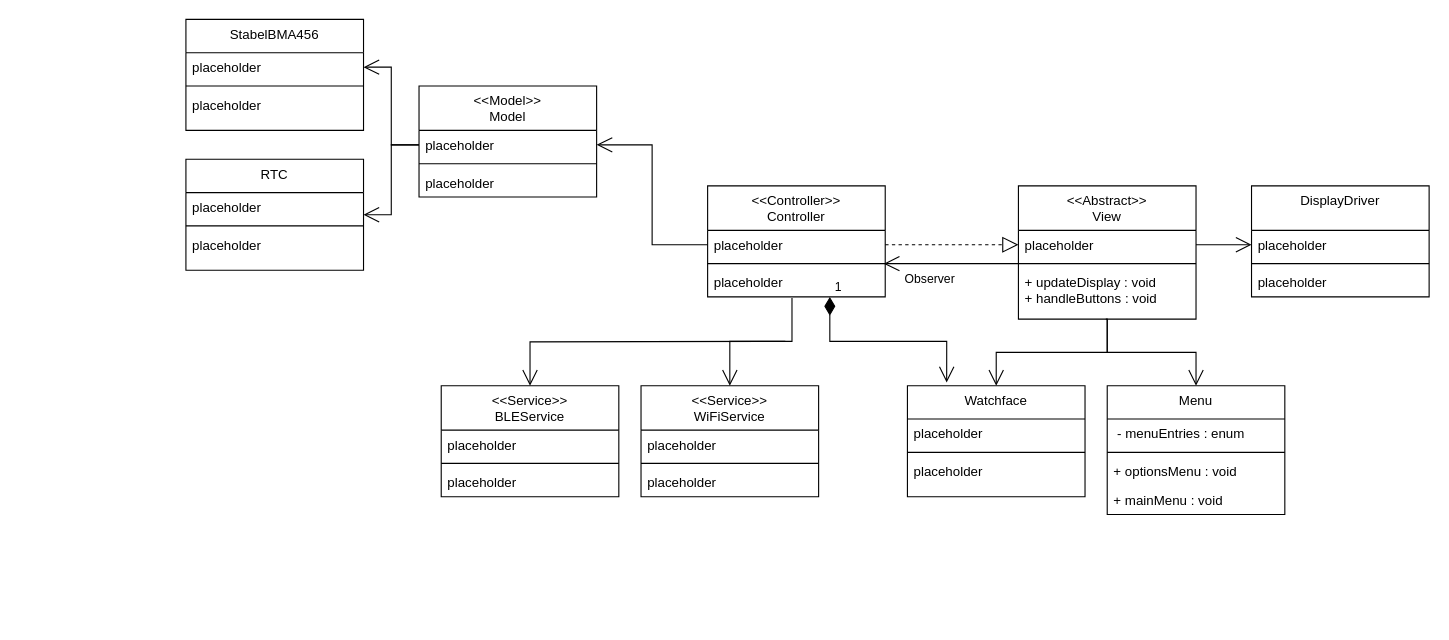
The draw.io diagram docs/watchyLT.drawio in Firegate1075/WatchyLT, before the edit. Source tidied: cells renumbered, new cells numbered last; positions are measured from the earlier drawing's top-left corner, leaving out a move shared by most shapes. Both pictures are drawn from the tidied source at 111%, with x=0, y=0 at pixel (185, 19).
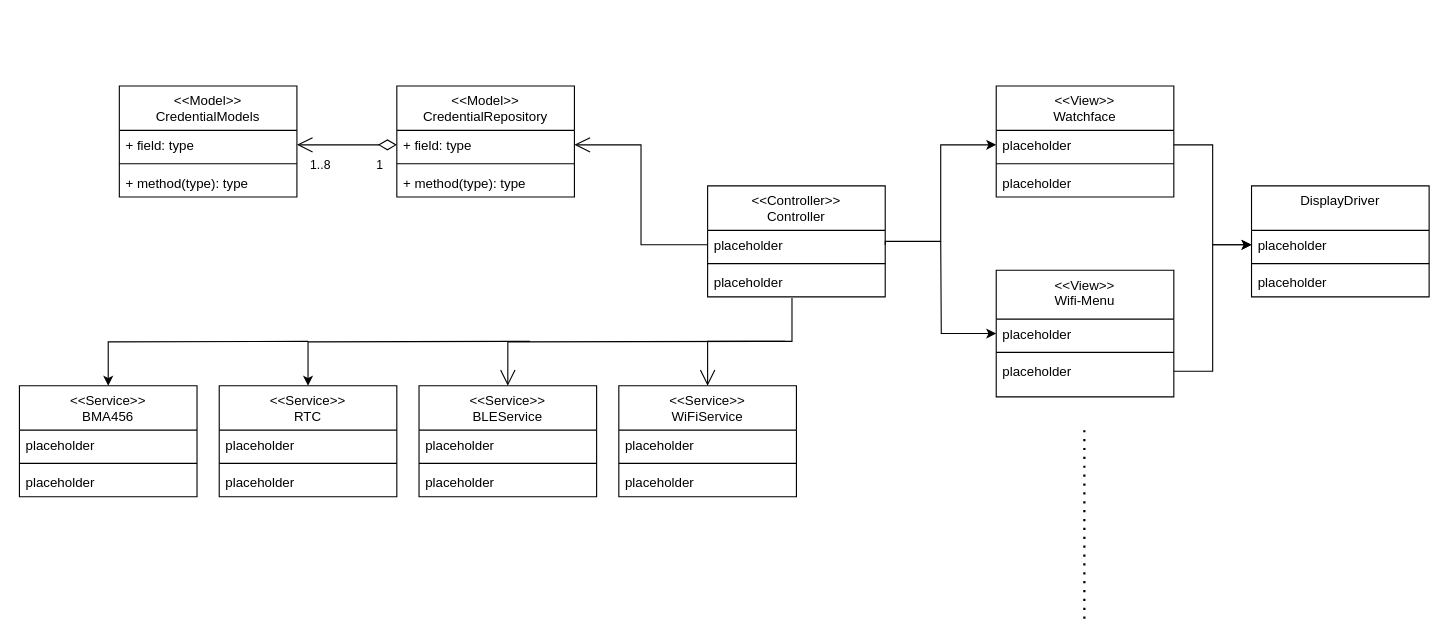
After the change.

The change refers to these unchanged cells:
```xml
<mxCell id="3" value="placeholder" style="text;align=left;verticalAlign=top;spacingLeft=4;spacingRight=4;overflow=hidden;points=[[0,0.5],[1,0.5]];portConstraint=eastwest;rounded=0;shadow=0;html=0;" parent="2" vertex="1">
  <mxGeometry y="40" width="160" height="26" as="geometry" />
</mxCell>
<mxCell id="4" style="line;html=1;strokeWidth=1;align=left;verticalAlign=middle;spacingTop=-1;spacingLeft=3;spacingRight=3;labelPosition=right;points=[];portConstraint=eastwest;" parent="2" vertex="1">
  <mxGeometry y="66" width="160" height="8" as="geometry" />
</mxCell>
<mxCell id="5" value="placeholder" style="text;align=left;verticalAlign=top;spacingLeft=4;spacingRight=4;overflow=hidden;points=[[0,0.5],[1,0.5]];portConstraint=eastwest;" parent="2" vertex="1">
  <mxGeometry y="74" width="160" height="26" as="geometry" />
</mxCell>
<mxCell id="16" value="placeholder" style="text;align=left;verticalAlign=top;spacingLeft=4;spacingRight=4;overflow=hidden;points=[[0,0.5],[1,0.5]];portConstraint=eastwest;rounded=0;shadow=0;html=0;" parent="15" vertex="1">
  <mxGeometry y="40" width="160" height="26" as="geometry" />
</mxCell>
```

Diff of the diagram source:
```diff
@@
-    <mxCell id="6" value="&lt;&lt;Abstract&gt;&gt;&#10;View" style="swimlane;fontStyle=0;align=center;verticalAlign=top;horizontal=1;startSize=40;rounded=0;shadow=0;strokeWidth=1;" parent="1" vertex="1">
-      <mxGeometry x="750" y="150" width="160" height="120" as="geometry" />
-    </mxCell>
-    <mxCell id="7" value="placeholder" style="text;align=left;verticalAlign=top;spacingLeft=4;spacingRight=4;overflow=hidden;points=[[0,0.5],[1,0.5]];portConstraint=eastwest;rounded=0;shadow=0;html=0;" parent="6" vertex="1">
-      <mxGeometry y="40" width="160" height="26" as="geometry" />
-    </mxCell>
-    <mxCell id="8" style="line;html=1;strokeWidth=1;align=left;verticalAlign=middle;spacingTop=-1;spacingLeft=3;spacingRight=3;labelPosition=right;points=[];portConstraint=eastwest;" parent="6" vertex="1">
-      <mxGeometry y="66" width="160" height="8" as="geometry" />
-    </mxCell>
-    <mxCell id="9" value="+ updateDisplay : void&#10;+ handleButtons : void" style="text;align=left;verticalAlign=top;spacingLeft=4;spacingRight=4;overflow=hidden;points=[[0,0.5],[1,0.5]];portConstraint=eastwest;" parent="6" vertex="1">
-      <mxGeometry y="74" width="160" height="46" as="geometry" />
-    </mxCell>
-    <mxCell id="10" value="Menu" style="swimlane;fontStyle=0;align=center;verticalAlign=top;horizontal=1;startSize=30;rounded=0;shadow=0;strokeWidth=1;" parent="1" vertex="1">
-      <mxGeometry x="830" y="330" width="160" height="116" as="geometry" />
+    <mxCell id="10" value="&lt;&lt;View&gt;&gt;&#10;Wifi-Menu" style="swimlane;fontStyle=0;align=center;verticalAlign=top;horizontal=1;startSize=44;rounded=0;shadow=0;strokeWidth=1;" parent="1" vertex="1">
+      <mxGeometry x="730" y="226" width="160" height="114" as="geometry" />
     </mxCell>
-    <mxCell id="11" value=" - menuEntries : enum" style="text;align=left;verticalAlign=top;spacingLeft=4;spacingRight=4;overflow=hidden;points=[[0,0.5],[1,0.5]];portConstraint=eastwest;rounded=0;shadow=0;html=0;" parent="10" vertex="1">
-      <mxGeometry y="30" width="160" height="26" as="geometry" />
+    <mxCell id="11" value="placeholder" style="text;align=left;verticalAlign=top;spacingLeft=4;spacingRight=4;overflow=hidden;points=[[0,0.5],[1,0.5]];portConstraint=eastwest;rounded=0;shadow=0;html=0;" parent="10" vertex="1">
+      <mxGeometry y="44" width="160" height="26" as="geometry" />
     </mxCell>
     <mxCell id="12" style="line;html=1;strokeWidth=1;align=left;verticalAlign=middle;spacingTop=-1;spacingLeft=3;spacingRight=3;labelPosition=right;" parent="10" vertex="1">
-      <mxGeometry y="56" width="160" height="8" as="geometry" />
+      <mxGeometry y="70" width="160" height="8" as="geometry" />
     </mxCell>
-    <mxCell id="13" value="+ optionsMenu : void&#10;" style="text;align=left;verticalAlign=top;spacingLeft=4;spacingRight=4;overflow=hidden;points=[[0,0.5],[1,0.5]];portConstraint=eastwest;" parent="10" vertex="1">
-      <mxGeometry y="64" width="160" height="26" as="geometry" />
+    <mxCell id="13" value="placeholder" style="text;align=left;verticalAlign=top;spacingLeft=4;spacingRight=4;overflow=hidden;points=[[0,0.5],[1,0.5]];portConstraint=eastwest;" parent="10" vertex="1">
+      <mxGeometry y="78" width="160" height="26" as="geometry" />
     </mxCell>
-    <mxCell id="14" value="+ mainMenu : void&#10;" style="text;align=left;verticalAlign=top;spacingLeft=4;spacingRight=4;overflow=hidden;" parent="10" vertex="1">
-      <mxGeometry y="90" width="160" height="26" as="geometry" />
-    </mxCell>
@@
-    <mxCell id="19" value="Watchface" style="swimlane;fontStyle=0;align=center;verticalAlign=top;horizontal=1;startSize=30;rounded=0;shadow=0;strokeWidth=1;" parent="1" vertex="1">
-      <mxGeometry x="650" y="330" width="160" height="100" as="geometry" />
+    <mxCell id="19" value="&lt;&lt;View&gt;&gt;&#10;Watchface" style="swimlane;fontStyle=0;align=center;verticalAlign=top;horizontal=1;startSize=40;rounded=0;shadow=0;strokeWidth=1;" parent="1" vertex="1">
+      <mxGeometry x="730" y="60" width="160" height="100" as="geometry" />
     </mxCell>
     <mxCell id="20" value="placeholder" style="text;align=left;verticalAlign=top;spacingLeft=4;spacingRight=4;overflow=hidden;points=[[0,0.5],[1,0.5]];portConstraint=eastwest;rounded=0;shadow=0;html=0;" parent="19" vertex="1">
-      <mxGeometry y="30" width="160" height="26" as="geometry" />
+      <mxGeometry y="40" width="160" height="26" as="geometry" />
     </mxCell>
     <mxCell id="21" style="line;html=1;strokeWidth=1;align=left;verticalAlign=middle;spacingTop=-1;spacingLeft=3;spacingRight=3;labelPosition=right;" parent="19" vertex="1">
-      <mxGeometry y="56" width="160" height="8" as="geometry" />
+      <mxGeometry y="66" width="160" height="8" as="geometry" />
     </mxCell>
     <mxCell id="22" value="placeholder" style="text;align=left;verticalAlign=top;spacingLeft=4;spacingRight=4;overflow=hidden;" parent="19" vertex="1">
-      <mxGeometry y="64" width="160" height="26" as="geometry" />
+      <mxGeometry y="74" width="160" height="26" as="geometry" />
     </mxCell>
-    <mxCell id="23" style="endArrow=block;dashed=1;endFill=0;endSize=12;html=1;rounded=0;exitX=1;exitY=0.5;exitDx=0;exitDy=0;entryX=0;entryY=0.5;entryDx=0;entryDy=0;" parent="1" edge="1" source="3" target="7">
-      <mxGeometry relative="1" as="geometry" />
-    </mxCell>
     <mxCell id="24" value="&lt;&lt;Service&gt;&gt;&#10;BLEService" style="swimlane;fontStyle=0;align=center;verticalAlign=top;horizontal=1;startSize=40;rounded=0;shadow=0;strokeWidth=1;" parent="1" vertex="1">
-      <mxGeometry x="230" y="330" width="160" height="100" as="geometry" />
+      <mxGeometry x="210" y="330" width="160" height="100" as="geometry" />
     </mxCell>
@@
     <mxCell id="28" value="&lt;&lt;Service&gt;&gt;&#10;WiFiService" style="swimlane;fontStyle=0;align=center;verticalAlign=top;horizontal=1;startSize=40;rounded=0;shadow=0;strokeWidth=1;" parent="1" vertex="1">
-      <mxGeometry x="410" y="330" width="160" height="100" as="geometry" />
+      <mxGeometry x="390" y="330" width="160" height="100" as="geometry" />
     </mxCell>
@@
-    <mxCell id="34" style="endArrow=open;endFill=1;endSize=12;html=1;rounded=0;strokeColor=default;edgeStyle=orthogonalEdgeStyle;entryX=0;entryY=0.5;entryDx=0;entryDy=0;exitX=1;exitY=0.5;exitDx=0;exitDy=0;" parent="1" edge="1" source="7" target="16">
-      <mxGeometry relative="1" as="geometry" />
-    </mxCell>
-    <mxCell id="35" value="&lt;&lt;Model&gt;&gt;&#10;Model&#10;" style="swimlane;fontStyle=0;align=center;verticalAlign=top;horizontal=1;startSize=40;rounded=0;shadow=0;strokeWidth=1;" parent="1" vertex="1">
-      <mxGeometry x="210" y="60" width="160" height="100" as="geometry" />
-    </mxCell>
-    <mxCell id="36" value="placeholder" style="text;align=left;verticalAlign=top;spacingLeft=4;spacingRight=4;overflow=hidden;points=[[0,0.5],[1,0.5]];portConstraint=eastwest;rounded=0;shadow=0;html=0;" parent="35" vertex="1">
-      <mxGeometry y="40" width="160" height="26" as="geometry" />
-    </mxCell>
-    <mxCell id="37" style="line;html=1;strokeWidth=1;align=left;verticalAlign=middle;spacingTop=-1;spacingLeft=3;spacingRight=3;labelPosition=right;" parent="35" vertex="1">
-      <mxGeometry y="66" width="160" height="8" as="geometry" />
-    </mxCell>
-    <mxCell id="38" value="placeholder" style="text;align=left;verticalAlign=top;spacingLeft=4;spacingRight=4;overflow=hidden;" parent="35" vertex="1">
-      <mxGeometry y="74" width="160" height="26" as="geometry" />
-    </mxCell>
-    <mxCell id="39" style="endArrow=open;endFill=1;endSize=12;html=1;rounded=0;edgeStyle=orthogonalEdgeStyle;exitX=0;exitY=0.5;exitDx=0;exitDy=0;entryX=1;entryY=0.5;entryDx=0;entryDy=0;" parent="1" edge="1" source="3" target="36">
+    <mxCell id="39" style="endArrow=open;endFill=1;endSize=12;html=1;rounded=0;edgeStyle=orthogonalEdgeStyle;exitX=0;exitY=0.5;exitDx=0;exitDy=0;entryX=1;entryY=0.5;entryDx=0;entryDy=0;" parent="1" edge="1" source="3" target="62">
       <mxGeometry relative="1" as="geometry" />
     </mxCell>
-    <mxCell id="40" value="StabelBMA456&#10;" style="swimlane;fontStyle=0;align=center;verticalAlign=top;horizontal=1;startSize=30;rounded=0;shadow=0;strokeWidth=1;" parent="1" vertex="1">
-      <mxGeometry width="160" height="100" as="geometry" />
+    <mxCell id="40" value="&lt;&lt;Service&gt;&gt;&#10;BMA456" style="swimlane;fontStyle=0;align=center;verticalAlign=top;horizontal=1;startSize=40;rounded=0;shadow=0;strokeWidth=1;" parent="1" vertex="1">
+      <mxGeometry x="-150" y="330" width="160" height="100" as="geometry" />
     </mxCell>
     <mxCell id="41" value="placeholder" style="text;align=left;verticalAlign=top;spacingLeft=4;spacingRight=4;overflow=hidden;points=[[0,0.5],[1,0.5]];portConstraint=eastwest;rounded=0;shadow=0;html=0;" parent="40" vertex="1">
-      <mxGeometry y="30" width="160" height="26" as="geometry" />
+      <mxGeometry y="40" width="160" height="26" as="geometry" />
     </mxCell>
     <mxCell id="42" style="line;html=1;strokeWidth=1;align=left;verticalAlign=middle;spacingTop=-1;spacingLeft=3;spacingRight=3;labelPosition=right;" parent="40" vertex="1">
-      <mxGeometry y="56" width="160" height="8" as="geometry" />
+      <mxGeometry y="66" width="160" height="8" as="geometry" />
     </mxCell>
     <mxCell id="43" value="placeholder" style="text;align=left;verticalAlign=top;spacingLeft=4;spacingRight=4;overflow=hidden;" parent="40" vertex="1">
-      <mxGeometry y="64" width="160" height="26" as="geometry" />
+      <mxGeometry y="74" width="160" height="26" as="geometry" />
     </mxCell>
-    <mxCell id="44" value="RTC&#10;" style="swimlane;fontStyle=0;align=center;verticalAlign=top;horizontal=1;startSize=30;rounded=0;shadow=0;strokeWidth=1;" parent="1" vertex="1">
-      <mxGeometry y="126" width="160" height="100" as="geometry" />
+    <mxCell id="44" value="&lt;&lt;Service&gt;&gt;&#10;RTC" style="swimlane;fontStyle=0;align=center;verticalAlign=top;horizontal=1;startSize=40;rounded=0;shadow=0;strokeWidth=1;" parent="1" vertex="1">
+      <mxGeometry x="30" y="330" width="160" height="100" as="geometry" />
     </mxCell>
     <mxCell id="45" value="placeholder" style="text;align=left;verticalAlign=top;spacingLeft=4;spacingRight=4;overflow=hidden;rounded=0;shadow=0;html=0;" parent="44" vertex="1">
-      <mxGeometry y="30" width="160" height="26" as="geometry" />
+      <mxGeometry y="40" width="160" height="26" as="geometry" />
     </mxCell>
     <mxCell id="46" style="line;html=1;strokeWidth=1;align=left;verticalAlign=middle;spacingTop=-1;spacingLeft=3;spacingRight=3;labelPosition=right;" parent="44" vertex="1">
-      <mxGeometry y="56" width="160" height="8" as="geometry" />
+      <mxGeometry y="66" width="160" height="8" as="geometry" />
     </mxCell>
     <mxCell id="47" value="placeholder" style="text;align=left;verticalAlign=top;spacingLeft=4;spacingRight=4;overflow=hidden;" parent="44" vertex="1">
-      <mxGeometry y="64" width="160" height="26" as="geometry" />
+      <mxGeometry y="74" width="160" height="20" as="geometry" />
     </mxCell>
-    <mxCell id="48" style="endArrow=open;endFill=1;endSize=12;html=1;rounded=0;strokeColor=default;edgeStyle=orthogonalEdgeStyle;exitX=0;exitY=0.5;exitDx=0;exitDy=0;entryX=1;entryY=0.5;entryDx=0;entryDy=0;" parent="1" edge="1" source="36" target="41">
-      <mxGeometry relative="1" as="geometry" />
-    </mxCell>
-    <mxCell id="49" style="endArrow=open;endFill=1;endSize=12;html=1;rounded=0;strokeColor=default;edgeStyle=orthogonalEdgeStyle;exitX=0;exitY=0.5;exitDx=0;exitDy=0;entryX=1;entryY=0.5;entryDx=0;entryDy=0;" parent="1" edge="1" source="36" target="44">
-      <mxGeometry relative="1" as="geometry" />
-    </mxCell>
-    <mxCell id="50" style="endArrow=open;endFill=1;endSize=12;html=1;entryX=0.992;entryY=0.501;entryDx=0;entryDy=0;entryPerimeter=0;exitX=0;exitY=0.5;exitDx=0;exitDy=0;exitPerimeter=0;" parent="1" edge="1" source="8" target="4">
-      <mxGeometry relative="1" as="geometry" />
-    </mxCell>
-    <mxCell id="51" value="Observer" style="edgeLabel;html=1;align=center;verticalAlign=middle;" parent="50" vertex="1">
-      <mxGeometry x="0.33" y="1" relative="1" as="geometry">
-        <mxPoint y="12" as="offset" />
-      </mxGeometry>
-    </mxCell>
+    <mxCell id="55" style="edgeStyle=orthogonalEdgeStyle;html=1;exitX=1;exitY=0.5;exitDx=0;exitDy=0;rounded=0;entryX=0;entryY=0.5;entryDx=0;entryDy=0;" parent="1" edge="1" source="3" target="20">
+      <mxGeometry relative="1" as="geometry">
+        <Array as="points">
+          <mxPoint x="630" y="200" />
+          <mxPoint x="680" y="200" />
+          <mxPoint x="680" y="113" />
+        </Array>
+      </mxGeometry>
+    </mxCell>
+    <mxCell id="56" style="endArrow=classic;html=1;rounded=0;edgeStyle=orthogonalEdgeStyle;entryX=0;entryY=0.5;entryDx=0;entryDy=0;" parent="1" edge="1" target="11">
+      <mxGeometry relative="1" as="geometry">
+        <mxPoint x="680" y="200" as="sourcePoint" />
+      </mxGeometry>
+    </mxCell>
+    <mxCell id="57" style="edgeStyle=orthogonalEdgeStyle;rounded=0;html=1;exitX=1;exitY=0.5;exitDx=0;exitDy=0;" parent="1" edge="1" source="20" target="16">
+      <mxGeometry relative="1" as="geometry" />
+    </mxCell>
+    <mxCell id="58" style="edgeStyle=orthogonalEdgeStyle;rounded=0;html=1;exitX=1;exitY=0.5;exitDx=0;exitDy=0;entryX=0;entryY=0.5;entryDx=0;entryDy=0;" parent="1" edge="1" source="13" target="16">
+      <mxGeometry relative="1" as="geometry" />
+    </mxCell>
+    <mxCell id="59" style="endArrow=classic;html=1;rounded=0;entryX=0.5;entryY=0;entryDx=0;entryDy=0;edgeStyle=orthogonalEdgeStyle;" parent="1" edge="1" target="44">
+      <mxGeometry relative="1" as="geometry">
+        <mxPoint x="310" y="290" as="sourcePoint" />
+      </mxGeometry>
+    </mxCell>
+    <mxCell id="60" style="endArrow=classic;html=1;rounded=0;entryX=0.5;entryY=0;entryDx=0;entryDy=0;edgeStyle=orthogonalEdgeStyle;" parent="1" edge="1" target="40">
+      <mxGeometry relative="1" as="geometry">
+        <mxPoint x="110" y="290" as="sourcePoint" />
+      </mxGeometry>
+    </mxCell>
+    <mxCell id="61" value="&lt;&lt;Model&gt;&gt;&#10;CredentialRepository" style="swimlane;fontStyle=0;align=center;verticalAlign=top;horizontal=1;startSize=40;" parent="1" vertex="1">
+      <mxGeometry x="190" y="60" width="160" height="100" as="geometry" />
+    </mxCell>
+    <mxCell id="62" value="+ field: type" style="text;strokeColor=none;fillColor=none;align=left;verticalAlign=top;spacingLeft=4;spacingRight=4;overflow=hidden;points=[[0,0.5],[1,0.5]];portConstraint=eastwest;" parent="61" vertex="1">
+      <mxGeometry y="40" width="160" height="26" as="geometry" />
+    </mxCell>
+    <mxCell id="63" style="line;strokeWidth=1;fillColor=none;align=left;verticalAlign=middle;spacingTop=-1;spacingLeft=3;spacingRight=3;labelPosition=right;strokeColor=inherit;" parent="61" vertex="1">
+      <mxGeometry y="66" width="160" height="8" as="geometry" />
+    </mxCell>
+    <mxCell id="64" value="+ method(type): type" style="text;strokeColor=none;fillColor=none;align=left;verticalAlign=top;spacingLeft=4;spacingRight=4;overflow=hidden;" parent="61" vertex="1">
+      <mxGeometry y="74" width="160" height="26" as="geometry" />
+    </mxCell>
+    <mxCell id="65" value="&lt;&lt;Model&gt;&gt;&#10;CredentialModels" style="swimlane;fontStyle=0;align=center;verticalAlign=top;horizontal=1;startSize=40;" parent="1" vertex="1">
+      <mxGeometry x="-60" y="60" width="160" height="100" as="geometry" />
+    </mxCell>
+    <mxCell id="66" value="+ field: type" style="text;strokeColor=none;fillColor=none;align=left;verticalAlign=top;spacingLeft=4;spacingRight=4;overflow=hidden;points=[[0,0.5],[1,0.5]];portConstraint=eastwest;" parent="65" vertex="1">
+      <mxGeometry y="40" width="160" height="26" as="geometry" />
+    </mxCell>
+    <mxCell id="67" style="line;strokeWidth=1;fillColor=none;align=left;verticalAlign=middle;spacingTop=-1;spacingLeft=3;spacingRight=3;labelPosition=right;strokeColor=inherit;" parent="65" vertex="1">
+      <mxGeometry y="66" width="160" height="8" as="geometry" />
+    </mxCell>
+    <mxCell id="68" value="+ method(type): type" style="text;strokeColor=none;fillColor=none;align=left;verticalAlign=top;spacingLeft=4;spacingRight=4;overflow=hidden;" parent="65" vertex="1">
+      <mxGeometry y="74" width="160" height="26" as="geometry" />
+    </mxCell>
-    <mxCell id="52" value="1" style="endArrow=open;html=1;endSize=12;startArrow=diamondThin;startSize=14;startFill=1;edgeStyle=orthogonalEdgeStyle;align=left;verticalAlign=bottom;rounded=0;exitX=0.688;exitY=1;exitDx=0;exitDy=0;exitPerimeter=0;entryX=0.221;entryY=-0.029;entryDx=0;entryDy=0;entryPerimeter=0;" parent="1" edge="1" source="5" target="19">
-      <mxGeometry x="-1" y="3" relative="1" as="geometry" />
+    <mxCell id="52" value="1" style="endArrow=open;html=1;endSize=12;startArrow=diamondThin;startSize=14;startFill=0;edgeStyle=orthogonalEdgeStyle;align=left;verticalAlign=bottom;rounded=0;entryX=1;entryY=0.5;entryDx=0;entryDy=0;exitX=0;exitY=0.5;exitDx=0;exitDy=0;" parent="1" edge="1" source="62" target="66">
+      <mxGeometry x="-0.56" y="27" relative="1" as="geometry" />
     </mxCell>
-    <mxCell id="53" style="endArrow=open;endFill=1;endSize=12;html=1;rounded=0;edgeStyle=orthogonalEdgeStyle;exitX=0.492;exitY=1;exitDx=0;exitDy=0;exitPerimeter=0;entryX=0.5;entryY=0;entryDx=0;entryDy=0;" parent="1" edge="1" source="9" target="10">
-      <mxGeometry relative="1" as="geometry">
-        <Array as="points">
-          <mxPoint x="830" y="270" />
-          <mxPoint x="830" y="300" />
-          <mxPoint x="910" y="300" />
-        </Array>
-      </mxGeometry>
-    </mxCell>
-    <mxCell id="54" style="endArrow=open;endFill=1;endSize=12;html=1;rounded=0;edgeStyle=orthogonalEdgeStyle;" parent="1" edge="1" target="19">
-      <mxGeometry relative="1" as="geometry">
-        <mxPoint x="830" y="270" as="sourcePoint" />
-        <Array as="points">
-          <mxPoint x="830" y="270" />
-          <mxPoint x="830" y="300" />
-          <mxPoint x="730" y="300" />
-        </Array>
-      </mxGeometry>
-    </mxCell>
+    <mxCell id="69" value="1..8" style="edgeLabel;html=1;align=center;verticalAlign=middle;" parent="52" vertex="1">
+      <mxGeometry x="0.85" y="-2" relative="1" as="geometry">
+        <mxPoint x="13" y="19" as="offset" />
+      </mxGeometry>
+    </mxCell>
+    <mxCell id="70" style="endArrow=none;dashed=1;html=1;dashPattern=1 3;strokeWidth=2;rounded=0;" parent="1" edge="1">
+      <mxGeometry relative="1" as="geometry">
+        <mxPoint x="809.4" y="540" as="sourcePoint" />
+        <mxPoint x="809.4" y="370" as="targetPoint" />
+      </mxGeometry>
+    </mxCell>
```
